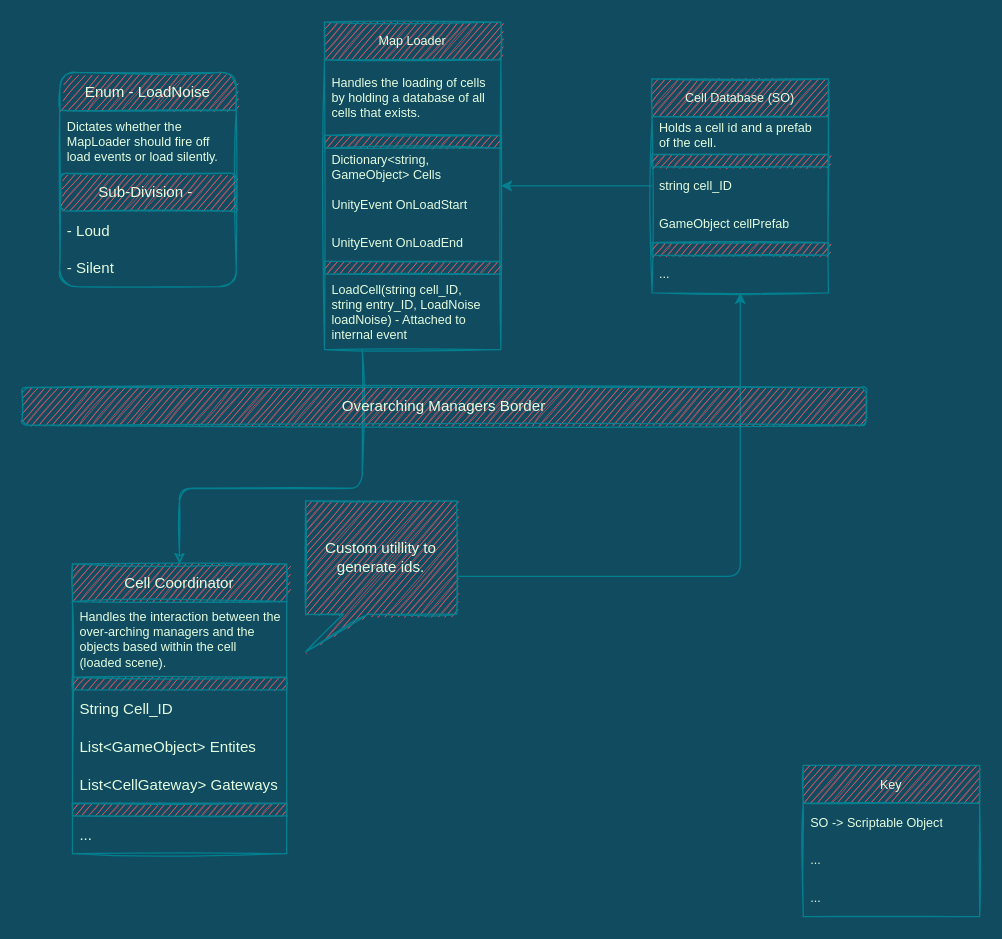
Above: page "Game Data" (1 of 2) of Assets/Plugins/CellLoader/ResourceFiles/CellLoaderDiagram.drawio in ArcturusForge/Cell-Loader (draw.io), before the change. Source tidied: cells renumbered, new cells numbered last; positions are measured from the earlier drawing's top-left corner, leaving out a move shared by most shapes. Both pictures are drawn from the tidied source at 126%, with x=0, y=0 at pixel (21, 21).
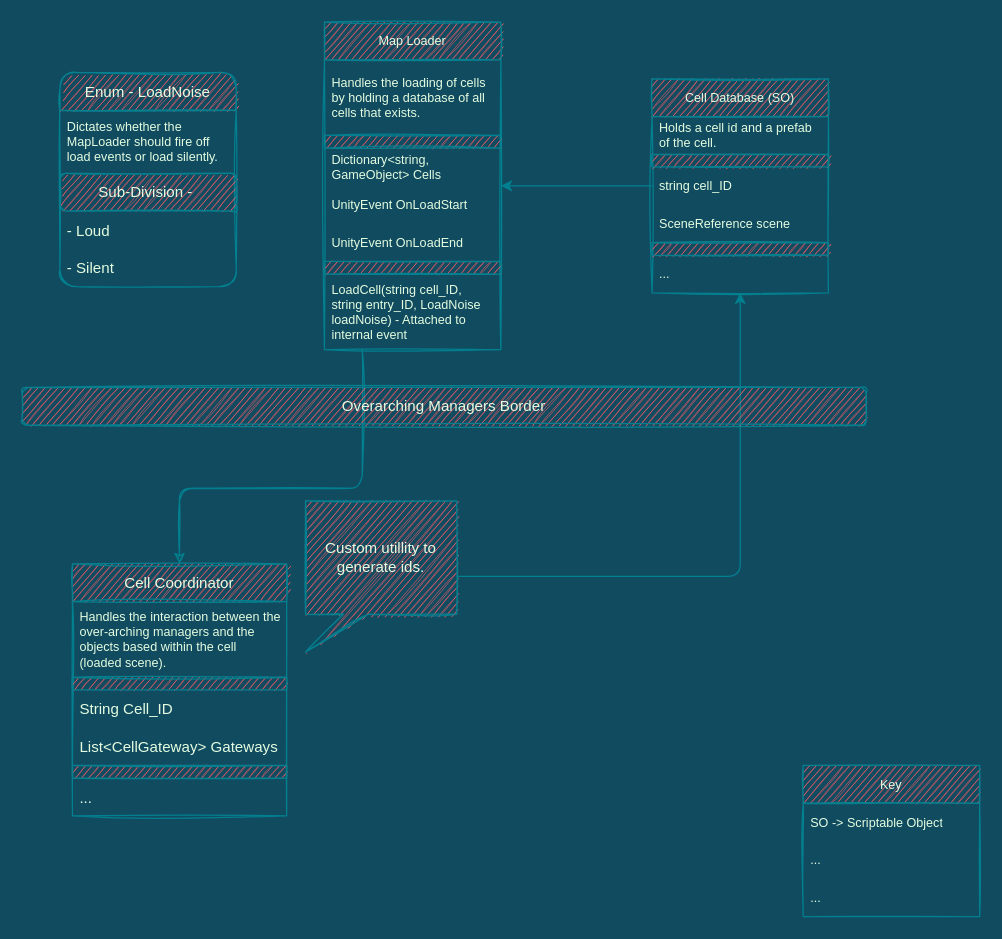
Above is the later version.

Unchanged cells that the change refers to:
```xml
<mxCell id="25" value="Cell Database (SO)" style="swimlane;fontStyle=0;horizontal=1;startSize=30;sketch=1;fontColor=#E4FDE1;strokeColor=#028090;fillColor=#F45B69;rounded=0;fontSize=10;" parent="1" vertex="1">
  <mxGeometry x="500" y="45" width="140" height="170" as="geometry" />
</mxCell>
```

Change to the diagram source:
```diff
@@
     <mxCell id="2" value="Cell Coordinator" style="swimlane;fontStyle=0;horizontal=1;startSize=30;sketch=1;fontColor=#E4FDE1;strokeColor=#028090;fillColor=#F45B69;rounded=0;" parent="1" vertex="1">
-      <mxGeometry x="40" y="430" width="170" height="230" as="geometry" />
+      <mxGeometry x="40" y="430" width="170" height="200" as="geometry" />
     </mxCell>
@@
-    <mxCell id="6" value="List&lt;GameObject&gt; Entites" style="text;strokeColor=none;fillColor=none;align=left;verticalAlign=middle;spacingLeft=4;spacingRight=4;overflow=hidden;sketch=1;fontColor=#E4FDE1;rounded=0;" parent="2" vertex="1">
-      <mxGeometry y="130" width="170" height="30" as="geometry" />
-    </mxCell>
     <mxCell id="7" value="List&lt;CellGateway&gt; Gateways" style="text;strokeColor=none;fillColor=none;align=left;verticalAlign=middle;spacingLeft=4;spacingRight=4;overflow=hidden;sketch=1;fontColor=#E4FDE1;rounded=0;" parent="2" vertex="1">
-      <mxGeometry y="160" width="170" height="30" as="geometry" />
+      <mxGeometry y="130" width="170" height="30" as="geometry" />
     </mxCell>
     <mxCell id="8" style="rounded=0;whiteSpace=wrap;html=1;sketch=1;fontColor=#E4FDE1;strokeColor=#028090;fillColor=#F45B69;" parent="2" vertex="1">
-      <mxGeometry y="190" width="170" height="10" as="geometry" />
+      <mxGeometry y="160" width="170" height="10" as="geometry" />
     </mxCell>
     <mxCell id="9" value="..." style="text;strokeColor=none;fillColor=none;align=left;verticalAlign=middle;spacingLeft=4;spacingRight=4;overflow=hidden;sketch=1;fontColor=#E4FDE1;rounded=0;" parent="2" vertex="1">
-      <mxGeometry y="200" width="170" height="30" as="geometry" />
+      <mxGeometry y="170" width="170" height="30" as="geometry" />
     </mxCell>
@@
-    <mxCell id="29" value="GameObject cellPrefab" style="text;strokeColor=none;fillColor=none;align=left;verticalAlign=middle;spacingLeft=4;spacingRight=4;overflow=hidden;sketch=1;fontColor=#E4FDE1;rounded=0;fontSize=10;whiteSpace=wrap;" parent="25" vertex="1">
+    <mxCell id="29" value="SceneReference scene" style="text;strokeColor=none;fillColor=none;align=left;verticalAlign=middle;spacingLeft=4;spacingRight=4;overflow=hidden;sketch=1;fontColor=#E4FDE1;rounded=0;fontSize=10;whiteSpace=wrap;" parent="25" vertex="1">
       <mxGeometry y="100" width="140" height="30" as="geometry" />
     </mxCell>
```
